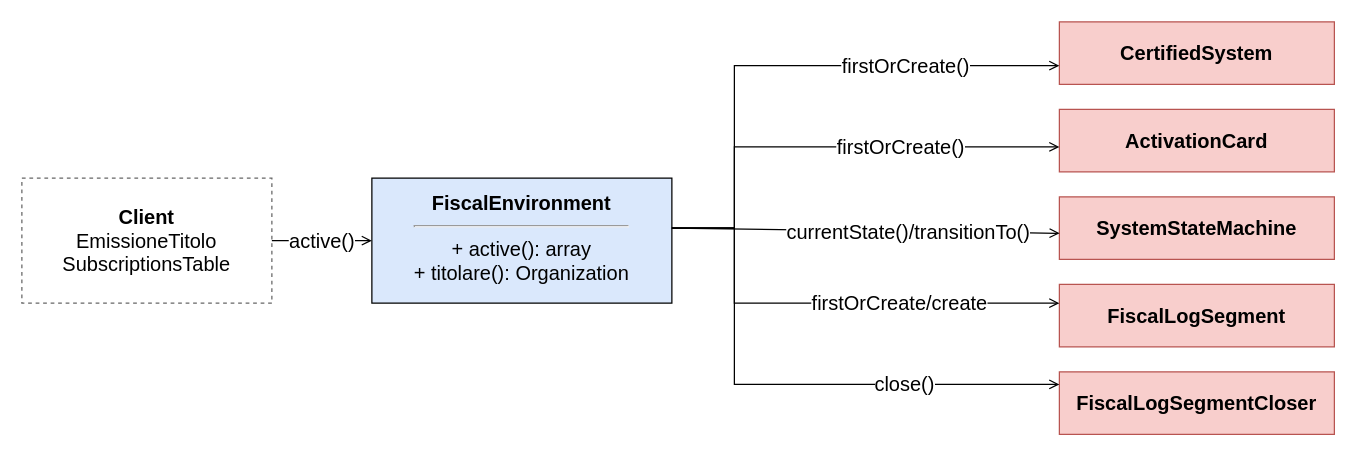
The draw.io diagram page "facade" (17 of 18) of img/diagrams/drawer.drawio in Leddosja/thesis-EdisHodja, before the edit. Source tidied: cells renumbered, new cells numbered last; positions are measured from the earlier drawing's top-left corner, leaving out a move shared by most shapes. Both pictures are drawn from the tidied source at 125%, with x=0, y=0 at pixel (21, 21).
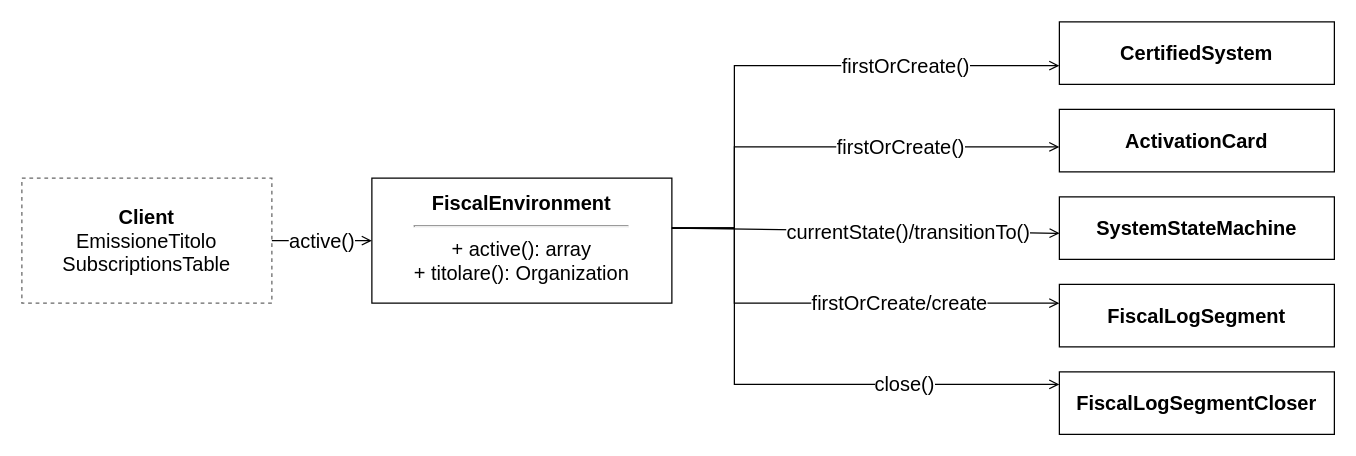
The same page after the edit.

Change to the diagram source:
```diff
@@
-    <mxCell id="3" value="&lt;b&gt;FiscalEnvironment&lt;/b&gt;&lt;hr&gt;+ active(): array&lt;br&gt;+ titolare(): Organization" style="rounded=0;whiteSpace=wrap;html=1;align=center;verticalAlign=top;fontSize=16;spacing=6;fillColor=#dae8fc;strokeColor=#000000;" parent="1" vertex="1">
+    <mxCell id="3" value="&lt;b&gt;FiscalEnvironment&lt;/b&gt;&lt;hr&gt;+ active(): array&lt;br&gt;+ titolare(): Organization" style="rounded=0;whiteSpace=wrap;html=1;align=center;verticalAlign=top;fontSize=16;spacing=6;fillColor=none;strokeColor=#000000;" parent="1" vertex="1">
       <mxGeometry x="280" y="125" width="240" height="100" as="geometry" />
     </mxCell>
-    <mxCell id="4" value="&lt;b&gt;CertifiedSystem&lt;/b&gt;" style="rounded=0;whiteSpace=wrap;html=1;align=center;verticalAlign=middle;fontSize=16;fillColor=#f8cecc;strokeColor=#b85450;" parent="1" vertex="1">
+    <mxCell id="4" value="&lt;b&gt;CertifiedSystem&lt;/b&gt;" style="rounded=0;whiteSpace=wrap;html=1;align=center;verticalAlign=middle;fontSize=16;fillColor=none;strokeColor=default;" parent="1" vertex="1">
       <mxGeometry x="830" width="220" height="50" as="geometry" />
     </mxCell>
-    <mxCell id="5" value="&lt;b&gt;ActivationCard&lt;/b&gt;" style="rounded=0;whiteSpace=wrap;html=1;align=center;verticalAlign=middle;fontSize=16;fillColor=#f8cecc;strokeColor=#b85450;" parent="1" vertex="1">
+    <mxCell id="5" value="&lt;b&gt;ActivationCard&lt;/b&gt;" style="rounded=0;whiteSpace=wrap;html=1;align=center;verticalAlign=middle;fontSize=16;fillColor=none;strokeColor=default;" parent="1" vertex="1">
       <mxGeometry x="830" y="70" width="220" height="50" as="geometry" />
     </mxCell>
-    <mxCell id="6" value="&lt;b&gt;SystemStateMachine&lt;/b&gt;" style="rounded=0;whiteSpace=wrap;html=1;align=center;verticalAlign=middle;fontSize=16;fillColor=#f8cecc;strokeColor=#b85450;" parent="1" vertex="1">
+    <mxCell id="6" value="&lt;b&gt;SystemStateMachine&lt;/b&gt;" style="rounded=0;whiteSpace=wrap;html=1;align=center;verticalAlign=middle;fontSize=16;fillColor=none;strokeColor=default;" parent="1" vertex="1">
       <mxGeometry x="830" y="140" width="220" height="50" as="geometry" />
     </mxCell>
-    <mxCell id="7" value="&lt;b&gt;FiscalLogSegment&lt;/b&gt;" style="rounded=0;whiteSpace=wrap;html=1;align=center;verticalAlign=middle;fontSize=16;fillColor=#f8cecc;strokeColor=#b85450;" parent="1" vertex="1">
+    <mxCell id="7" value="&lt;b&gt;FiscalLogSegment&lt;/b&gt;" style="rounded=0;whiteSpace=wrap;html=1;align=center;verticalAlign=middle;fontSize=16;fillColor=none;strokeColor=default;" parent="1" vertex="1">
       <mxGeometry x="830" y="210" width="220" height="50" as="geometry" />
     </mxCell>
-    <mxCell id="8" value="&lt;b&gt;FiscalLogSegmentCloser&lt;/b&gt;" style="rounded=0;whiteSpace=wrap;html=1;align=center;verticalAlign=middle;fontSize=16;fillColor=#f8cecc;strokeColor=#b85450;" parent="1" vertex="1">
+    <mxCell id="8" value="&lt;b&gt;FiscalLogSegmentCloser&lt;/b&gt;" style="rounded=0;whiteSpace=wrap;html=1;align=center;verticalAlign=middle;fontSize=16;fillColor=none;strokeColor=default;" parent="1" vertex="1">
       <mxGeometry x="830" y="280" width="220" height="50" as="geometry" />
     </mxCell>
```
